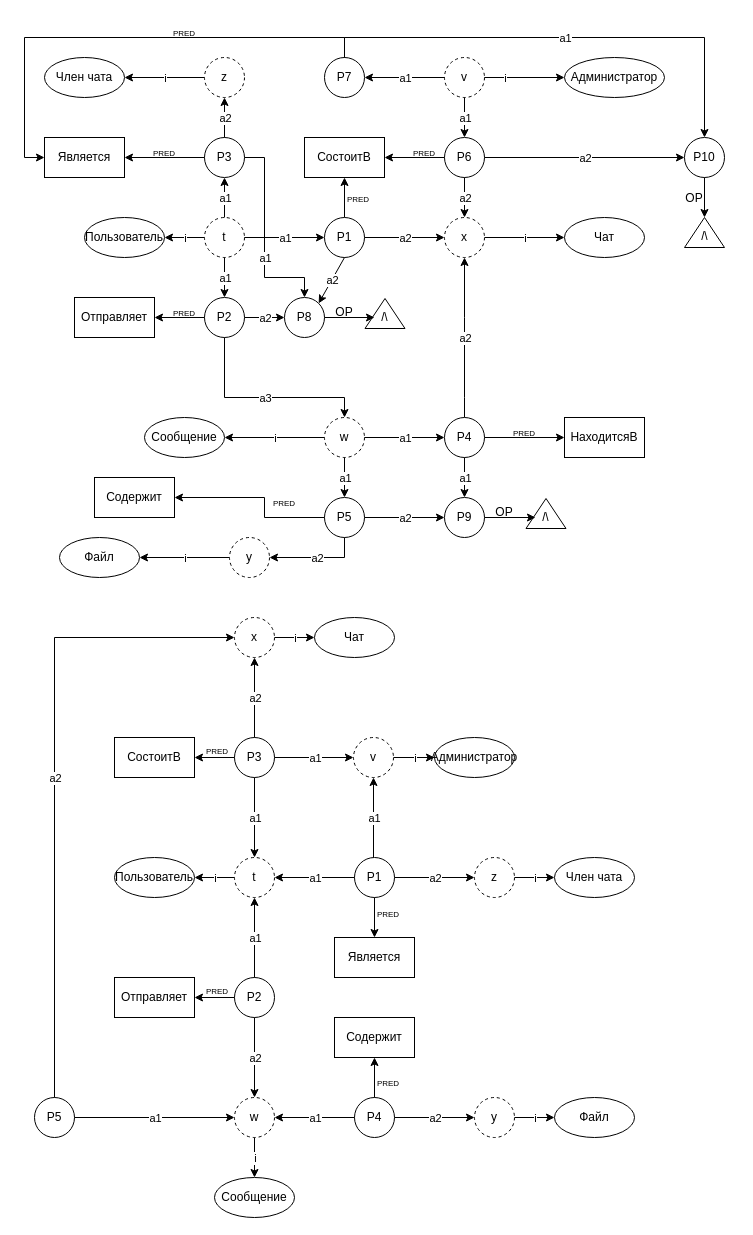
Above: Сокращенная семантическая сеть.drawio in marsek4/database (draw.io), before the change. Source tidied: cells renumbered, new cells numbered last; positions are measured from the earlier drawing's top-left corner, leaving out a move shared by most shapes. Both pictures are drawn from the tidied source at 100%, with x=0, y=0 at pixel (24, 17).
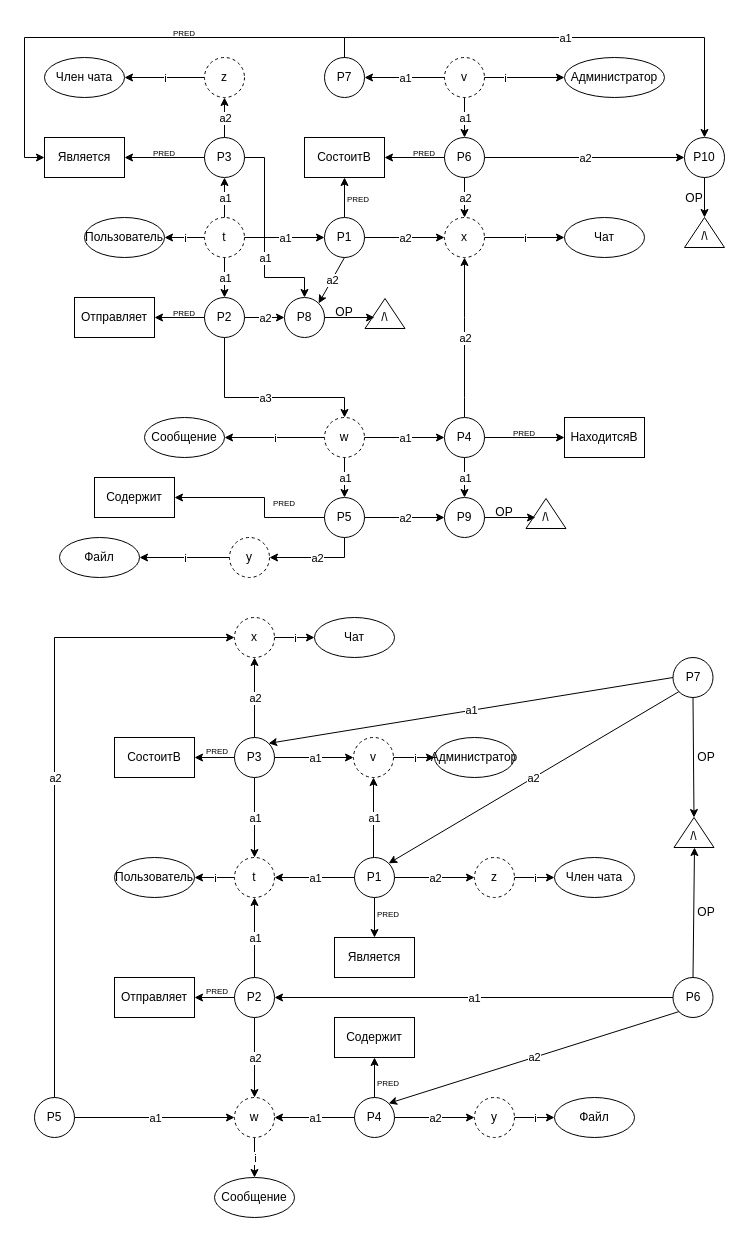
The same diagram, later.

Unchanged cells that the change refers to:
```xml
<mxCell id="120" value="P1" style="ellipse;whiteSpace=wrap;html=1;" parent="1" vertex="1">
  <mxGeometry x="330" y="840" width="40" height="40" as="geometry" />
</mxCell>
<mxCell id="132" value="P2" style="ellipse;whiteSpace=wrap;html=1;" parent="1" vertex="1">
  <mxGeometry x="210" y="960" width="40" height="40" as="geometry" />
</mxCell>
<mxCell id="151" value="P3" style="ellipse;whiteSpace=wrap;html=1;" parent="1" vertex="1">
  <mxGeometry x="210" y="720" width="40" height="40" as="geometry" />
</mxCell>
<mxCell id="165" value="P4" style="ellipse;whiteSpace=wrap;html=1;" parent="1" vertex="1">
  <mxGeometry x="330" y="1080" width="40" height="40" as="geometry" />
</mxCell>
```

Diff of the diagram source:
```diff
@@
+    <mxCell id="181" value="P6" style="ellipse;whiteSpace=wrap;html=1;" parent="1" vertex="1">
+      <mxGeometry x="648.5" y="960" width="40" height="40" as="geometry" />
+    </mxCell>
+    <mxCell id="182" style="endArrow=classic;html=1;rounded=0;entryX=1;entryY=0.5;entryDx=0;entryDy=0;exitX=0;exitY=0.5;exitDx=0;exitDy=0;" parent="1" edge="1" source="181" target="132">
+      <mxGeometry relative="1" as="geometry" />
+    </mxCell>
+    <mxCell id="183" value="a1" style="edgeLabel;html=1;align=center;verticalAlign=middle;" parent="182" vertex="1">
+      <mxGeometry relative="1" as="geometry" />
+    </mxCell>
+    <mxCell id="184" style="endArrow=classic;html=1;rounded=0;entryX=1;entryY=0;entryDx=0;entryDy=0;exitX=0;exitY=1;exitDx=0;exitDy=0;" parent="1" edge="1" source="181" target="165">
+      <mxGeometry relative="1" as="geometry" />
+    </mxCell>
+    <mxCell id="185" value="a2" style="edgeLabel;html=1;align=center;verticalAlign=middle;" parent="184" vertex="1">
+      <mxGeometry relative="1" as="geometry" />
+    </mxCell>
+    <mxCell id="186" value="P7" style="ellipse;whiteSpace=wrap;html=1;" parent="1" vertex="1">
+      <mxGeometry x="648.5" y="640" width="40" height="40" as="geometry" />
+    </mxCell>
+    <mxCell id="187" style="endArrow=classic;html=1;rounded=0;entryX=1;entryY=0;entryDx=0;entryDy=0;exitX=0;exitY=0.5;exitDx=0;exitDy=0;" parent="1" edge="1" source="186" target="151">
+      <mxGeometry relative="1" as="geometry" />
+    </mxCell>
+    <mxCell id="188" value="a1" style="edgeLabel;html=1;align=center;verticalAlign=middle;" parent="187" vertex="1">
+      <mxGeometry relative="1" as="geometry" />
+    </mxCell>
+    <mxCell id="189" style="endArrow=classic;html=1;rounded=0;entryX=1;entryY=0;entryDx=0;entryDy=0;exitX=0;exitY=1;exitDx=0;exitDy=0;" parent="1" edge="1" source="186" target="120">
+      <mxGeometry relative="1" as="geometry" />
+    </mxCell>
+    <mxCell id="190" value="a2" style="edgeLabel;html=1;align=center;verticalAlign=middle;" parent="189" vertex="1">
+      <mxGeometry relative="1" as="geometry" />
+    </mxCell>
+    <mxCell id="191" style="group;" parent="1" vertex="1">
+      <mxGeometry x="638" y="800" width="63" height="34" as="geometry" />
+    </mxCell>
+    <mxCell id="192" style="verticalLabelPosition=bottom;verticalAlign=top;html=1;shape=mxgraph.basic.acute_triangle;dx=0.5;" parent="191" vertex="1">
+      <mxGeometry x="11.5" width="40" height="30" as="geometry" />
+    </mxCell>
+    <mxCell id="193" style="group;" parent="191" vertex="1">
+      <mxGeometry y="4" width="63" height="30" as="geometry" />
+    </mxCell>
+    <mxCell id="194" value="\" style="text;html=1;align=center;verticalAlign=middle;whiteSpace=wrap;rounded=0;" parent="193" vertex="1">
+      <mxGeometry x="3" width="60" height="30" as="geometry" />
+    </mxCell>
+    <mxCell id="195" value="/" style="text;html=1;align=center;verticalAlign=middle;whiteSpace=wrap;rounded=0;" parent="193" vertex="1">
+      <mxGeometry width="60" height="30" as="geometry" />
+    </mxCell>
+    <mxCell id="196" value="OP" style="text;html=1;align=center;verticalAlign=middle;whiteSpace=wrap;rounded=0;" parent="1" vertex="1">
+      <mxGeometry x="651.5" y="725" width="60" height="30" as="geometry" />
+    </mxCell>
+    <mxCell id="197" style="endArrow=classic;html=1;rounded=0;exitX=0.5;exitY=1;exitDx=0;exitDy=0;entryX=0;entryY=0;entryDx=20;entryDy=0;entryPerimeter=0;" parent="1" edge="1" source="186" target="192">
+      <mxGeometry relative="1" as="geometry" />
+    </mxCell>
+    <mxCell id="198" style="endArrow=classic;html=1;rounded=0;exitX=0.5;exitY=0;exitDx=0;exitDy=0;" parent="1" edge="1" source="181">
+      <mxGeometry relative="1" as="geometry">
+        <mxPoint x="670" y="830" as="targetPoint" />
+      </mxGeometry>
+    </mxCell>
+    <mxCell id="199" value="OP" style="text;html=1;align=center;verticalAlign=middle;whiteSpace=wrap;rounded=0;" parent="1" vertex="1">
+      <mxGeometry x="651.5" y="880" width="60" height="30" as="geometry" />
+    </mxCell>
```
